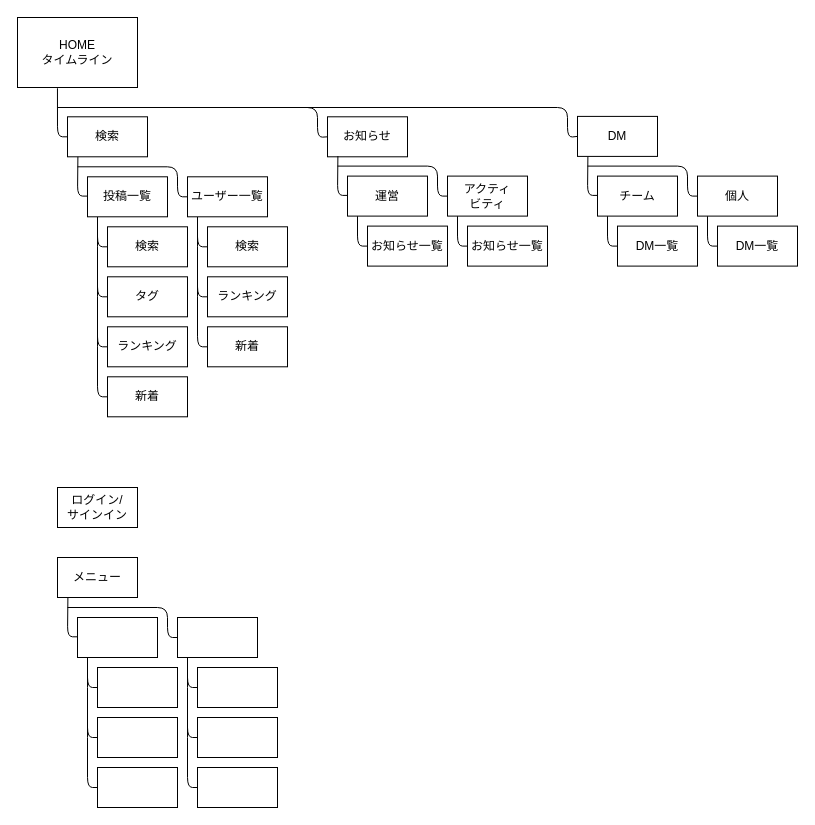
tram-pw/tots keeps this draw.io diagram as page "satemap" (1 of 3) of design.drawio. Above is the earlier version. Source tidied: cells renumbered, new cells numbered last; positions are measured from the earlier drawing's top-left corner, leaving out a move shared by most shapes. Both pictures are drawn from the tidied source at 100%, with x=0, y=0 at pixel (17, 17).
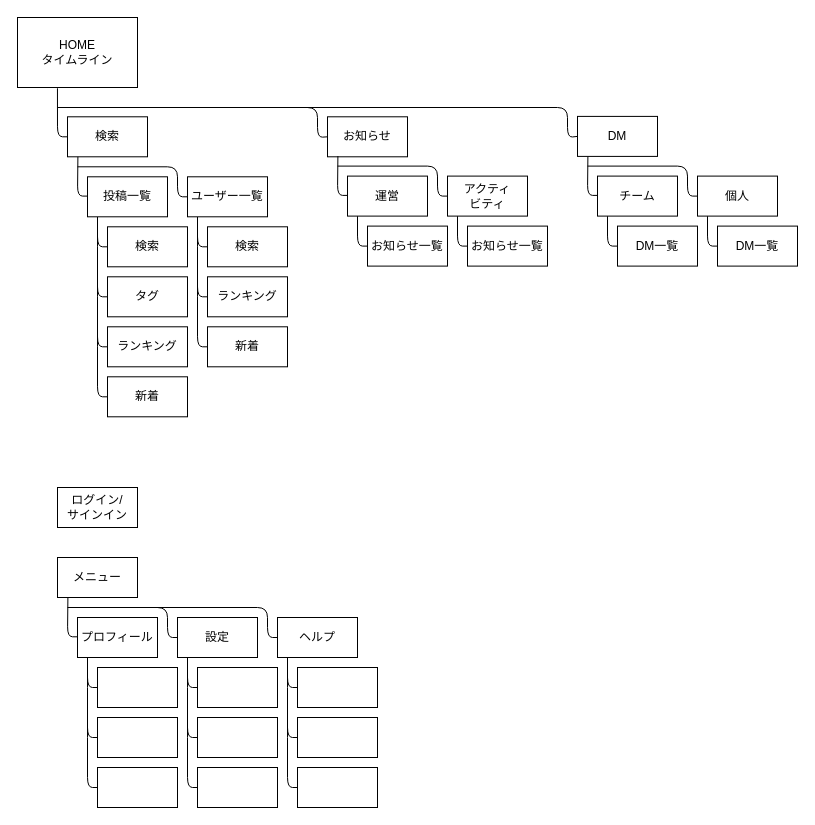
The same page after the edit.

What changed in the source:
```diff
@@
-    <mxCell id="55" style="rounded=0;whiteSpace=wrap;html=1;" parent="1" vertex="1">
+    <mxCell id="55" value="プロフィール" style="rounded=0;whiteSpace=wrap;html=1;" parent="1" vertex="1">
       <mxGeometry x="60" y="600" width="80" height="40" as="geometry" />
     </mxCell>
@@
-    <mxCell id="58" style="rounded=0;whiteSpace=wrap;html=1;" parent="1" vertex="1">
+    <mxCell id="58" value="&lt;span&gt;設定&lt;/span&gt;" style="rounded=0;whiteSpace=wrap;html=1;" parent="1" vertex="1">
       <mxGeometry x="160" y="600" width="80" height="40" as="geometry" />
     </mxCell>
@@
+    <mxCell id="61" style="rounded=0;whiteSpace=wrap;html=1;" parent="1" vertex="1">
+      <mxGeometry x="280" y="650" width="80" height="40" as="geometry" />
+    </mxCell>
+    <mxCell id="62" style="rounded=0;whiteSpace=wrap;html=1;" parent="1" vertex="1">
+      <mxGeometry x="280" y="700" width="80" height="40" as="geometry" />
+    </mxCell>
+    <mxCell id="63" style="endArrow=none;html=1;exitX=0;exitY=0.5;exitDx=0;exitDy=0;" parent="1" edge="1" source="62">
+      <mxGeometry relative="1" as="geometry">
+        <mxPoint x="270" y="650" as="targetPoint" />
+        <Array as="points">
+          <mxPoint x="270" y="720" />
+          <mxPoint x="270" y="660" />
+        </Array>
+      </mxGeometry>
+    </mxCell>
+    <mxCell id="64" style="endArrow=none;html=1;exitX=0;exitY=0.5;exitDx=0;exitDy=0;" parent="1" edge="1">
+      <mxGeometry relative="1" as="geometry">
+        <mxPoint x="280" y="670" as="sourcePoint" />
+        <mxPoint x="270" y="640" as="targetPoint" />
+        <Array as="points">
+          <mxPoint x="270" y="670" />
+        </Array>
+      </mxGeometry>
+    </mxCell>
+    <mxCell id="65" style="rounded=0;whiteSpace=wrap;html=1;" parent="1" vertex="1">
+      <mxGeometry x="280" y="750" width="80" height="40" as="geometry" />
+    </mxCell>
+    <mxCell id="66" style="endArrow=none;html=1;exitX=0;exitY=0.5;exitDx=0;exitDy=0;" parent="1" edge="1" source="65">
+      <mxGeometry relative="1" as="geometry">
+        <mxPoint x="270" y="700" as="targetPoint" />
+        <Array as="points">
+          <mxPoint x="270" y="770" />
+          <mxPoint x="270" y="710" />
+        </Array>
+      </mxGeometry>
+    </mxCell>
+    <mxCell id="67" style="endArrow=none;html=1;exitX=0;exitY=0.5;exitDx=0;exitDy=0;" parent="1" edge="1" source="68">
+      <mxGeometry relative="1" as="geometry">
+        <mxPoint x="130" y="590" as="targetPoint" />
+        <Array as="points">
+          <mxPoint x="250" y="620" />
+          <mxPoint x="250" y="590" />
+        </Array>
+      </mxGeometry>
+    </mxCell>
+    <mxCell id="68" value="&lt;span&gt;ヘルプ&lt;/span&gt;" style="rounded=0;whiteSpace=wrap;html=1;" parent="1" vertex="1">
+      <mxGeometry x="260" y="600" width="80" height="40" as="geometry" />
+    </mxCell>
```
